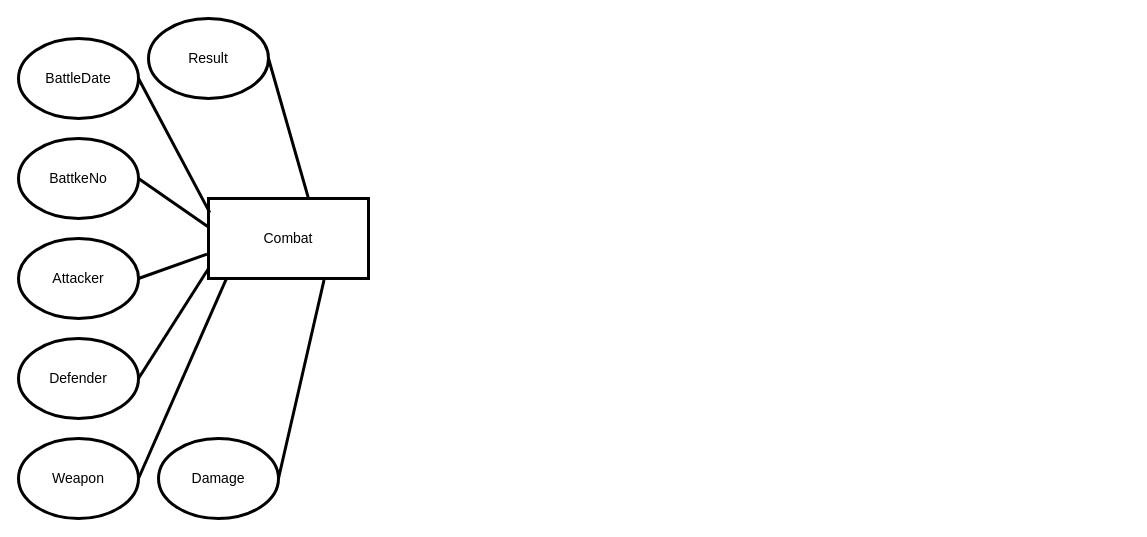
Before: Untitled Diagram.drawio in louiscklaw/draw-io-playlist, a draw.io diagram. Source tidied: cells renumbered, new cells numbered last; positions are measured from the earlier drawing's top-left corner, leaving out a move shared by most shapes. Both pictures are drawn from the tidied source at 100%, with x=0, y=0 at pixel (18, 18).
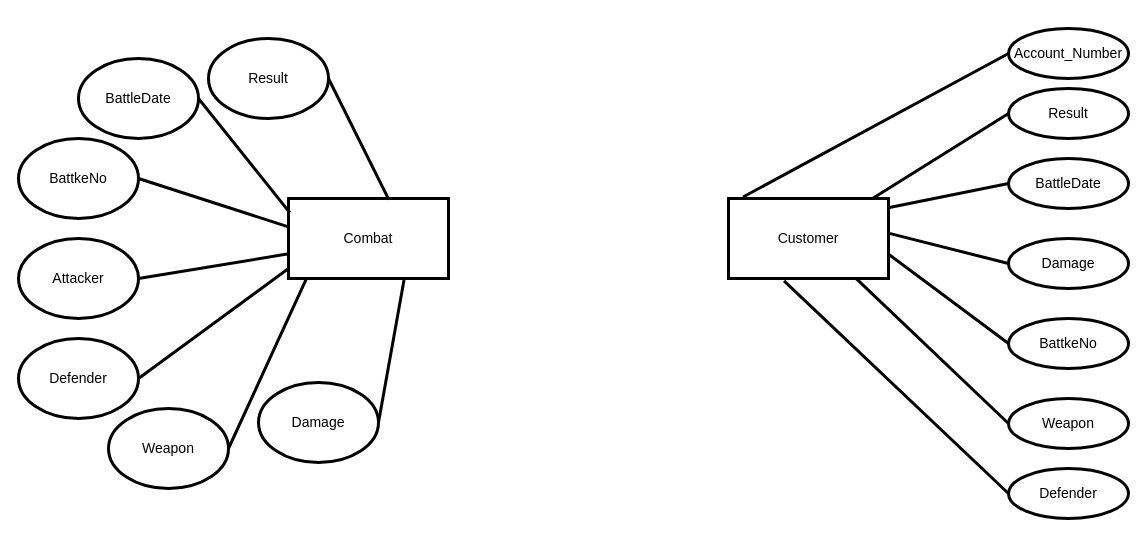
The same page after the edit.

Change to the diagram source:
```diff
@@
     <mxCell id="2" value="BattleDate" style="ellipse;whiteSpace=wrap;html=1;fontSize=14;strokeWidth=3;" parent="1" vertex="1">
-      <mxGeometry y="20" width="120" height="80" as="geometry" />
+      <mxGeometry x="60" y="40" width="120" height="80" as="geometry" />
     </mxCell>
@@
     <mxCell id="6" value="Weapon" style="ellipse;whiteSpace=wrap;html=1;fontSize=14;strokeWidth=3;" parent="1" vertex="1">
-      <mxGeometry y="420" width="120" height="80" as="geometry" />
+      <mxGeometry x="90" y="390" width="120" height="80" as="geometry" />
     </mxCell>
     <mxCell id="7" value="Combat" style="rounded=0;whiteSpace=wrap;html=1;strokeWidth=3;fontSize=14;" parent="1" vertex="1">
-      <mxGeometry x="190" y="180" width="160" height="80" as="geometry" />
+      <mxGeometry x="270" y="180" width="160" height="80" as="geometry" />
     </mxCell>
@@
     <mxCell id="13" value="Result" style="ellipse;whiteSpace=wrap;html=1;fontSize=14;strokeWidth=3;" parent="1" vertex="1">
-      <mxGeometry x="130" width="120" height="80" as="geometry" />
+      <mxGeometry x="190" y="20" width="120" height="80" as="geometry" />
     </mxCell>
@@
     <mxCell id="15" value="Damage" style="ellipse;whiteSpace=wrap;html=1;fontSize=14;strokeWidth=3;" parent="1" vertex="1">
-      <mxGeometry x="140" y="420" width="120" height="80" as="geometry" />
+      <mxGeometry x="240" y="364" width="120" height="80" as="geometry" />
     </mxCell>
@@
+    <mxCell id="17" value="BattleDate" style="ellipse;whiteSpace=wrap;html=1;fontSize=14;strokeWidth=3;direction=west;" parent="1" vertex="1">
+      <mxGeometry x="990" y="140" width="120" height="50" as="geometry" />
+    </mxCell>
+    <mxCell id="18" value="BattkeNo" style="ellipse;whiteSpace=wrap;html=1;fontSize=14;strokeWidth=3;direction=west;" parent="1" vertex="1">
+      <mxGeometry x="990" y="300" width="120" height="50" as="geometry" />
+    </mxCell>
+    <mxCell id="19" value="Account_Number" style="ellipse;whiteSpace=wrap;html=1;fontSize=14;strokeWidth=3;direction=west;" parent="1" vertex="1">
+      <mxGeometry x="990" y="10" width="120" height="50" as="geometry" />
+    </mxCell>
+    <mxCell id="20" value="Defender" style="ellipse;whiteSpace=wrap;html=1;fontSize=14;strokeWidth=3;direction=west;" parent="1" vertex="1">
+      <mxGeometry x="990" y="450" width="120" height="50" as="geometry" />
+    </mxCell>
+    <mxCell id="21" value="Weapon" style="ellipse;whiteSpace=wrap;html=1;fontSize=14;strokeWidth=3;direction=west;" parent="1" vertex="1">
+      <mxGeometry x="990" y="380" width="120" height="50" as="geometry" />
+    </mxCell>
+    <mxCell id="22" value="Customer" style="rounded=0;whiteSpace=wrap;html=1;strokeWidth=3;fontSize=14;direction=west;" parent="1" vertex="1">
+      <mxGeometry x="710" y="180" width="160" height="80" as="geometry" />
+    </mxCell>
+    <mxCell id="23" style="endArrow=none;html=1;rounded=0;exitX=1;exitY=0.5;exitDx=0;exitDy=0;strokeWidth=3;entryX=-0.003;entryY=0.3;entryDx=0;entryDy=0;entryPerimeter=0;" parent="1" edge="1" source="18" target="22">
+      <mxGeometry relative="1" as="geometry" />
+    </mxCell>
+    <mxCell id="24" style="endArrow=none;html=1;rounded=0;exitX=1;exitY=0.5;exitDx=0;exitDy=0;strokeWidth=3;entryX=0.909;entryY=1.019;entryDx=0;entryDy=0;entryPerimeter=0;" parent="1" edge="1" source="19" target="22">
+      <mxGeometry relative="1" as="geometry" />
+    </mxCell>
+    <mxCell id="25" style="endArrow=none;html=1;rounded=0;exitX=1;exitY=0.5;exitDx=0;exitDy=0;strokeWidth=3;entryX=0.653;entryY=-0.029;entryDx=0;entryDy=0;entryPerimeter=0;" parent="1" edge="1" source="20" target="22">
+      <mxGeometry relative="1" as="geometry" />
+    </mxCell>
+    <mxCell id="26" style="endArrow=none;html=1;rounded=0;exitX=1;exitY=0.5;exitDx=0;exitDy=0;strokeWidth=3;entryX=0.2;entryY=-0.005;entryDx=0;entryDy=0;entryPerimeter=0;" parent="1" edge="1" source="21" target="22">
+      <mxGeometry relative="1" as="geometry" />
+    </mxCell>
+    <mxCell id="27" style="endArrow=none;html=1;rounded=0;exitX=1;exitY=0.5;exitDx=0;exitDy=0;strokeWidth=3;entryX=-0.006;entryY=0.887;entryDx=0;entryDy=0;entryPerimeter=0;" parent="1" edge="1" source="17" target="22">
+      <mxGeometry relative="1" as="geometry" />
+    </mxCell>
+    <mxCell id="28" value="Result" style="ellipse;whiteSpace=wrap;html=1;fontSize=14;strokeWidth=3;direction=west;" parent="1" vertex="1">
+      <mxGeometry x="990" y="70" width="120" height="50" as="geometry" />
+    </mxCell>
+    <mxCell id="29" style="endArrow=none;html=1;rounded=0;exitX=1;exitY=0.5;exitDx=0;exitDy=0;strokeWidth=3;" parent="1" edge="1" source="28" target="22">
+      <mxGeometry relative="1" as="geometry" />
+    </mxCell>
+    <mxCell id="30" value="Damage" style="ellipse;whiteSpace=wrap;html=1;fontSize=14;strokeWidth=3;direction=west;" parent="1" vertex="1">
+      <mxGeometry x="990" y="220" width="120" height="50" as="geometry" />
+    </mxCell>
+    <mxCell id="31" style="endArrow=none;html=1;rounded=0;exitX=1;exitY=0.5;exitDx=0;exitDy=0;strokeWidth=3;entryX=-0.005;entryY=0.564;entryDx=0;entryDy=0;entryPerimeter=0;" parent="1" edge="1" source="30" target="22">
+      <mxGeometry relative="1" as="geometry" />
+    </mxCell>
```
